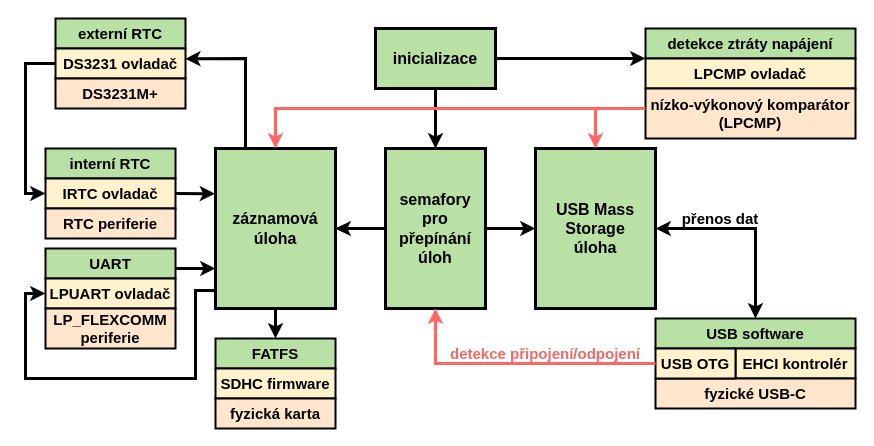
Before: diagrams/system_architecture/system_architecture.drawio in Doly02/thesis, a draw.io diagram. Source tidied: cells renumbered, new cells numbered last; positions are measured from the earlier drawing's top-left corner, leaving out a move shared by most shapes. Both pictures are drawn from the tidied source at 100%, with x=0, y=0 at pixel (25, 18).
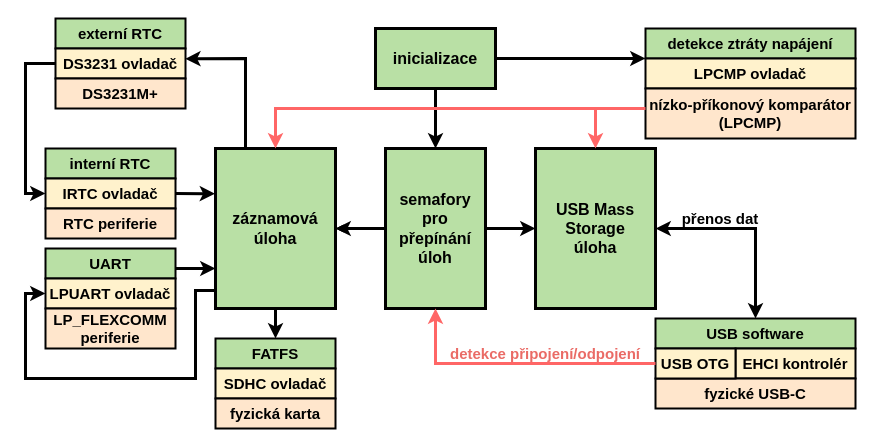
The same diagram, later.

What changed in the source:
```diff
@@
-    <mxCell id="12" value="&lt;b&gt;&lt;font style=&quot;font-size: 15px;&quot;&gt;nízko-výkonový komparátor&lt;/font&gt;&lt;/b&gt;&lt;div&gt;&lt;b&gt;&lt;font style=&quot;font-size: 15px;&quot;&gt;(LPCMP)&lt;/font&gt;&lt;/b&gt;&lt;/div&gt;" style="rounded=0;whiteSpace=wrap;html=1;strokeWidth=2;fillColor=#ffe6cc;strokeColor=#000000;" parent="1" vertex="1">
+    <mxCell id="12" value="&lt;font style=&quot;&quot;&gt;&lt;span style=&quot;font-size: 15px;&quot;&gt;&lt;b&gt;nízko-příkonový&amp;nbsp;komparátor&lt;/b&gt;&lt;/span&gt;&lt;/font&gt;&lt;div&gt;&lt;b&gt;&lt;font style=&quot;font-size: 15px;&quot;&gt;(LPCMP)&lt;/font&gt;&lt;/b&gt;&lt;/div&gt;" style="rounded=0;whiteSpace=wrap;html=1;strokeWidth=2;fillColor=#ffe6cc;strokeColor=#000000;" parent="1" vertex="1">
       <mxGeometry x="620" y="70" width="210" height="50" as="geometry" />
     </mxCell>
@@
-    <mxCell id="24" value="&lt;b&gt;&lt;font style=&quot;font-size: 15px;&quot;&gt;SDHC firmware&lt;/font&gt;&lt;/b&gt;" style="rounded=0;whiteSpace=wrap;html=1;strokeWidth=2;fillColor=#fff2cc;strokeColor=#000000;" parent="1" vertex="1">
+    <mxCell id="24" value="&lt;b&gt;&lt;font style=&quot;font-size: 15px;&quot;&gt;SDHC&amp;nbsp;&lt;/font&gt;&lt;/b&gt;&lt;b&gt;&lt;font style=&quot;font-size: 15px;&quot;&gt;ovladač&lt;/font&gt;&lt;/b&gt;" style="rounded=0;whiteSpace=wrap;html=1;strokeWidth=2;fillColor=#fff2cc;strokeColor=#000000;" parent="1" vertex="1">
       <mxGeometry x="190" y="350" width="120" height="30" as="geometry" />
     </mxCell>
```
